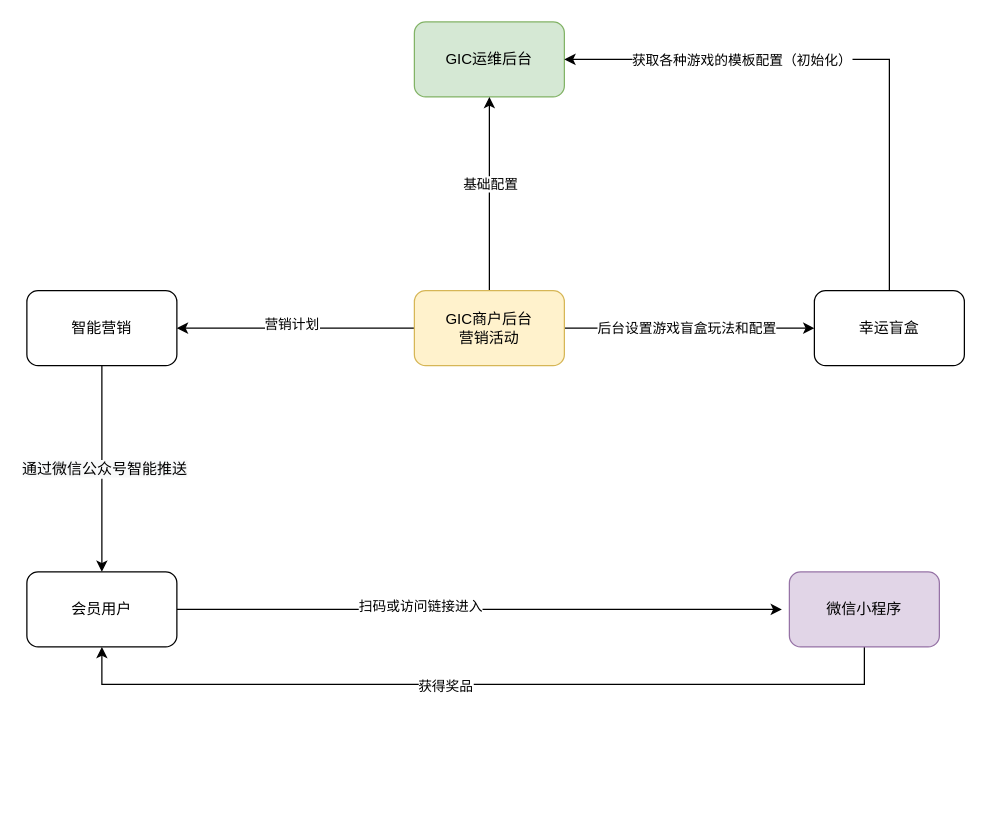
This is 达摩-营销游戏总体设计.drawio from YYB1024/myRemoteRepo, a draw.io file, before an edit. Source tidied: cells renumbered, new cells numbered last; positions are measured from the earlier drawing's top-left corner, leaving out a move shared by most shapes. Both pictures are drawn from the tidied source at 125%, with x=0, y=0 at pixel (26, 21).
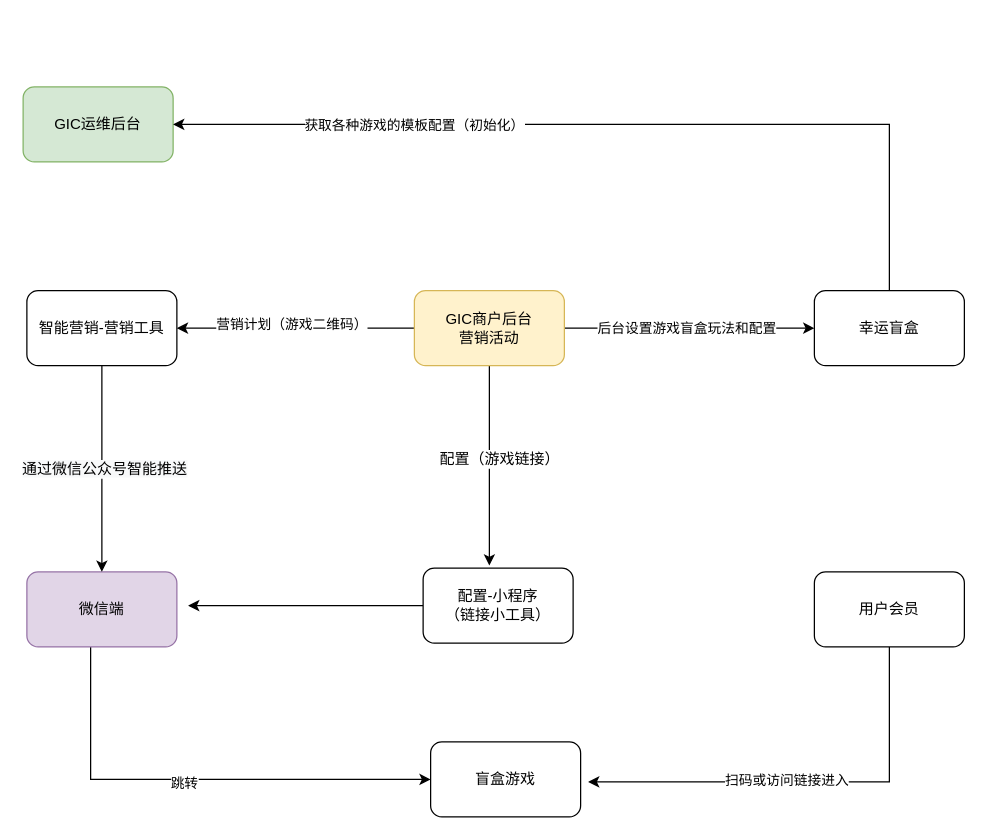
After the change.

Commit message:
更新达摩-营销游戏总体设计.drawio

The change refers to these unchanged cells:
```xml
<mxCell id="3" style="edgeStyle=orthogonalEdgeStyle;rounded=0;jettySize=auto;html=1;" parent="1" edge="1" source="9" target="18">
  <mxGeometry relative="1" as="geometry" />
</mxCell>
<mxCell id="9" value="GIC商户后台&lt;br&gt;营销活动" style="rounded=1;whiteSpace=wrap;html=1;fillColor=#fff2cc;strokeColor=#d6b656;" parent="1" vertex="1">
  <mxGeometry x="310" y="215" width="120" height="60" as="geometry" />
</mxCell>
<mxCell id="21" value="幸运盲盒" style="whiteSpace=wrap;html=1;rounded=1;" parent="1" vertex="1">
  <mxGeometry x="630" y="215" width="120" height="60" as="geometry" />
</mxCell>
```

What changed in the source:
```diff
@@
     <mxCell id="2" value="GIC运维后台" style="rounded=1;whiteSpace=wrap;html=1;fillColor=#d5e8d4;strokeColor=#82b366;" parent="1" vertex="1">
-      <mxGeometry x="310" width="120" height="60" as="geometry" />
+      <mxGeometry x="-3" y="52" width="120" height="60" as="geometry" />
     </mxCell>
@@
-    <mxCell id="4" value="营销计划" style="edgeLabel;html=1;align=center;verticalAlign=middle;" parent="3" vertex="1">
+    <mxCell id="4" value="营销计划（游戏二维码）" style="edgeLabel;html=1;align=center;verticalAlign=middle;" parent="3" vertex="1">
       <mxGeometry x="0.04" y="-4" relative="1" as="geometry" />
     </mxCell>
@@
-    <mxCell id="7" style="edgeStyle=orthogonalEdgeStyle;rounded=0;jettySize=auto;html=1;entryX=0.5;entryY=1;entryDx=0;entryDy=0;" parent="1" edge="1" source="9" target="2">
-      <mxGeometry relative="1" as="geometry" />
-    </mxCell>
-    <mxCell id="8" value="基础配置" style="edgeLabel;html=1;align=center;verticalAlign=middle;" parent="7" vertex="1">
-      <mxGeometry x="0.11" relative="1" as="geometry" />
-    </mxCell>
+    <mxCell id="22" style="edgeStyle=orthogonalEdgeStyle;rounded=0;jettySize=auto;html=1;" parent="1" edge="1" source="9">
+      <mxGeometry relative="1" as="geometry">
+        <mxPoint x="370" y="435" as="targetPoint" />
+      </mxGeometry>
+    </mxCell>
+    <mxCell id="23" value="&lt;span style=&quot;font-size: 12px;&quot;&gt;配置（游戏链接）&lt;/span&gt;" style="edgeLabel;html=1;align=center;verticalAlign=middle;" parent="22" vertex="1">
+      <mxGeometry x="-0.12" y="-3" relative="1" as="geometry">
+        <mxPoint x="10" y="3" as="offset" />
+      </mxGeometry>
+    </mxCell>
@@
-    <mxCell id="10" style="edgeStyle=orthogonalEdgeStyle;rounded=0;jettySize=auto;html=1;entryX=0.5;entryY=1;entryDx=0;entryDy=0;" parent="1" edge="1" source="12" target="15">
-      <mxGeometry relative="1" as="geometry">
-        <Array as="points">
-          <mxPoint x="670" y="530" />
-          <mxPoint x="60" y="530" />
-        </Array>
-      </mxGeometry>
-    </mxCell>
-    <mxCell id="11" value="获得奖品" style="edgeLabel;html=1;align=center;verticalAlign=middle;" parent="10" vertex="1">
-      <mxGeometry x="0.09" y="1" relative="1" as="geometry" />
-    </mxCell>
+    <mxCell id="24" style="edgeStyle=orthogonalEdgeStyle;rounded=0;jettySize=auto;html=1;" parent="1" edge="1" source="12">
+      <mxGeometry relative="1" as="geometry">
+        <mxPoint x="449" y="608" as="targetPoint" />
+        <Array as="points">
+          <mxPoint x="690" y="608" />
+        </Array>
+      </mxGeometry>
+    </mxCell>
+    <mxCell id="14" value="扫码或访问链接进入" style="edgeLabel;html=1;align=center;verticalAlign=middle;" parent="24" vertex="1">
+      <mxGeometry x="0.05" y="2" relative="1" as="geometry">
+        <mxPoint x="-8" y="-4" as="offset" />
+      </mxGeometry>
+    </mxCell>
-    <mxCell id="12" value="微信小程序" style="rounded=1;whiteSpace=wrap;html=1;fillColor=#e1d5e7;strokeColor=#9673a6;" parent="1" vertex="1">
-      <mxGeometry x="610" y="440" width="120" height="60" as="geometry" />
+    <mxCell id="12" value="用户会员" style="rounded=1;whiteSpace=wrap;html=1;" parent="1" vertex="1">
+      <mxGeometry x="630" y="440" width="120" height="60" as="geometry" />
     </mxCell>
-    <mxCell id="13" style="edgeStyle=orthogonalEdgeStyle;rounded=0;jettySize=auto;html=1;entryX=-0.05;entryY=0.5;entryDx=0;entryDy=0;entryPerimeter=0;" parent="1" edge="1" source="15" target="12">
-      <mxGeometry relative="1" as="geometry" />
-    </mxCell>
-    <mxCell id="14" value="扫码或访问链接进入" style="edgeLabel;html=1;align=center;verticalAlign=middle;" parent="13" vertex="1">
-      <mxGeometry x="-0.2" y="3" relative="1" as="geometry" />
-    </mxCell>
+    <mxCell id="25" style="edgeStyle=orthogonalEdgeStyle;rounded=0;jettySize=auto;html=1;entryX=0;entryY=0.5;entryDx=0;entryDy=0;" parent="1" edge="1" source="15" target="29">
+      <mxGeometry relative="1" as="geometry">
+        <Array as="points">
+          <mxPoint x="51" y="606" />
+        </Array>
+      </mxGeometry>
+    </mxCell>
+    <mxCell id="26" value="跳转" style="edgeLabel;html=1;align=center;verticalAlign=middle;" parent="25" vertex="1">
+      <mxGeometry x="-0.05" y="-2" relative="1" as="geometry" />
+    </mxCell>
-    <mxCell id="15" value="会员用户" style="rounded=1;whiteSpace=wrap;html=1;" parent="1" vertex="1">
+    <mxCell id="15" value="微信端" style="rounded=1;whiteSpace=wrap;html=1;fillColor=#e1d5e7;strokeColor=#9673a6;" parent="1" vertex="1">
       <mxGeometry y="440" width="120" height="60" as="geometry" />
     </mxCell>
@@
-    <mxCell id="18" value="智能营销" style="whiteSpace=wrap;html=1;rounded=1;" parent="1" vertex="1">
+    <mxCell id="18" value="智能营销-营销工具" style="whiteSpace=wrap;html=1;rounded=1;" parent="1" vertex="1">
       <mxGeometry y="215" width="120" height="60" as="geometry" />
     </mxCell>
     <mxCell id="19" style="edgeStyle=orthogonalEdgeStyle;rounded=0;jettySize=auto;html=1;entryX=1;entryY=0.5;entryDx=0;entryDy=0;" parent="1" edge="1" source="21" target="2">
       <mxGeometry relative="1" as="geometry">
         <Array as="points">
-          <mxPoint x="690" y="30" />
+          <mxPoint x="690" y="82" />
         </Array>
       </mxGeometry>
     </mxCell>
@@
+    <mxCell id="27" style="edgeStyle=orthogonalEdgeStyle;rounded=0;jettySize=auto;html=1;" parent="1" edge="1" source="28">
+      <mxGeometry relative="1" as="geometry">
+        <mxPoint x="129" y="467" as="targetPoint" />
+      </mxGeometry>
+    </mxCell>
+    <mxCell id="28" value="配置-小程序&lt;br&gt;（链接小工具）" style="whiteSpace=wrap;html=1;rounded=1;" parent="1" vertex="1">
+      <mxGeometry x="317" y="437" width="120" height="60" as="geometry" />
+    </mxCell>
+    <mxCell id="29" value="盲盒游戏" style="rounded=1;whiteSpace=wrap;html=1;fillColor=#FFFFFF;" parent="1" vertex="1">
+      <mxGeometry x="323" y="576" width="120" height="60" as="geometry" />
+    </mxCell>
```
